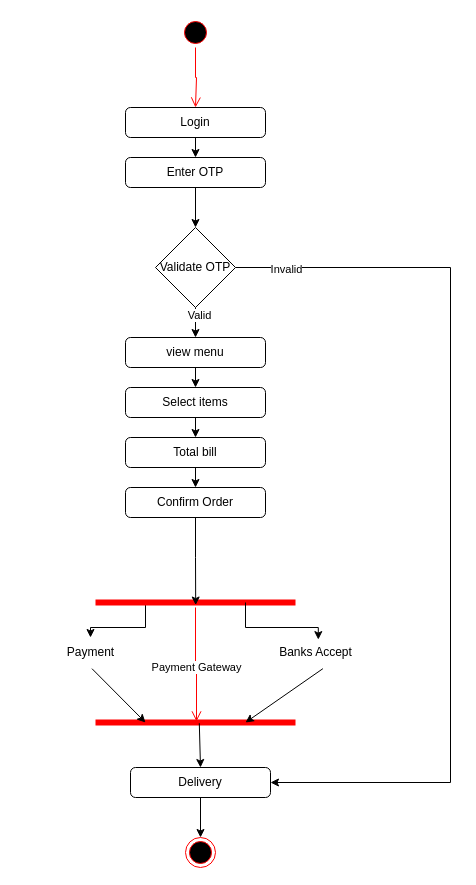
Earlier version of the draw.io diagram Activity Diagram.drawio (G4MB1T24/uml). Source tidied: cells renumbered, new cells numbered last; positions are measured from the earlier drawing's top-left corner, leaving out a move shared by most shapes. Both pictures are drawn from the tidied source at 100%, with x=0, y=0 at pixel (55, 17).
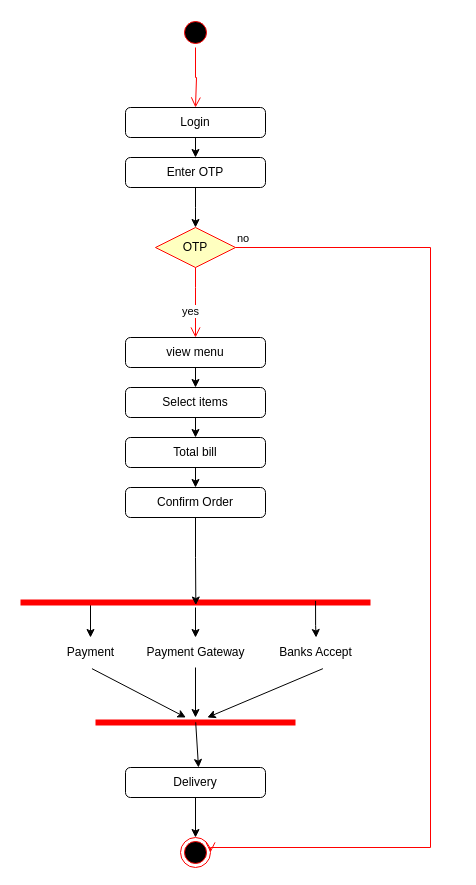
The same page after the edit.

Unchanged cells that the change refers to:
```xml
<mxCell id="8" value="Enter OTP" style="html=1;align=center;verticalAlign=middle;rounded=1;absoluteArcSize=1;arcSize=10;dashed=0;whiteSpace=wrap;" parent="1" vertex="1">
  <mxGeometry x="70" y="140" width="140" height="30" as="geometry" />
</mxCell>
<mxCell id="10" value="view menu" style="html=1;align=center;verticalAlign=middle;rounded=1;absoluteArcSize=1;arcSize=10;dashed=0;whiteSpace=wrap;" parent="1" vertex="1">
  <mxGeometry x="70" y="320" width="140" height="30" as="geometry" />
</mxCell>
<mxCell id="27" value="Payment" style="text;html=1;align=center;verticalAlign=middle;points=[];strokeColor=none;fillColor=none;" parent="1" vertex="1">
  <mxGeometry y="620" width="70" height="30" as="geometry" />
</mxCell>
<mxCell id="28" value="Banks Accept" style="text;html=1;align=center;verticalAlign=middle;points=[];strokeColor=none;fillColor=none;" parent="1" vertex="1">
  <mxGeometry x="210" y="620" width="100" height="30" as="geometry" />
</mxCell>
<mxCell id="30" style="shape=line;html=1;strokeWidth=6;strokeColor=#ff0000;" parent="1" vertex="1">
  <mxGeometry x="40" y="700" width="200" height="10" as="geometry" />
</mxCell>
```

Diff of the diagram source:
```diff
@@
-    <mxCell id="7" style="edgeStyle=orthogonalEdgeStyle;rounded=0;jettySize=auto;html=1;exitX=0.5;exitY=1;exitDx=0;exitDy=0;entryX=0.5;entryY=0;entryDx=0;entryDy=0;" parent="1" edge="1" source="8" target="22">
-      <mxGeometry relative="1" as="geometry" />
+    <mxCell id="7" style="edgeStyle=orthogonalEdgeStyle;rounded=0;jettySize=auto;html=1;exitX=0.5;exitY=1;exitDx=0;exitDy=0;entryX=0.5;entryY=0;entryDx=0;entryDy=0;" parent="1" edge="1" source="8">
+      <mxGeometry relative="1" as="geometry">
+        <mxPoint x="140" y="210" as="targetPoint" />
+      </mxGeometry>
     </mxCell>
@@
     <mxCell id="17" value="Delivery" style="html=1;align=center;verticalAlign=middle;rounded=1;absoluteArcSize=1;arcSize=10;dashed=0;whiteSpace=wrap;" parent="1" vertex="1">
-      <mxGeometry x="75" y="750" width="140" height="30" as="geometry" />
+      <mxGeometry x="70" y="750" width="140" height="30" as="geometry" />
     </mxCell>
-    <mxCell id="18" style="edgeStyle=orthogonalEdgeStyle;rounded=0;jettySize=auto;html=1;exitX=0.5;exitY=1;exitDx=0;exitDy=0;entryX=0.5;entryY=0;entryDx=0;entryDy=0;" parent="1" edge="1" source="22" target="10">
-      <mxGeometry relative="1" as="geometry" />
-    </mxCell>
-    <mxCell id="19" value="Valid" style="edgeLabel;html=1;align=center;verticalAlign=middle;" parent="18" vertex="1">
-      <mxGeometry x="-0.52" y="3" relative="1" as="geometry" />
-    </mxCell>
-    <mxCell id="20" style="edgeStyle=orthogonalEdgeStyle;rounded=0;jettySize=auto;html=1;exitX=1;exitY=0.5;exitDx=0;exitDy=0;entryX=1;entryY=0.5;entryDx=0;entryDy=0;" parent="1" edge="1" source="22" target="17">
-      <mxGeometry relative="1" as="geometry">
-        <Array as="points">
-          <mxPoint x="395" y="250" />
-          <mxPoint x="395" y="765" />
-        </Array>
-      </mxGeometry>
-    </mxCell>
-    <mxCell id="21" value="Invalid" style="edgeLabel;html=1;align=center;verticalAlign=middle;" parent="20" vertex="1">
-      <mxGeometry x="-0.89" y="-1" relative="1" as="geometry" />
-    </mxCell>
-    <mxCell id="22" value="Validate OTP" style="rhombus;whiteSpace=wrap;html=1;" parent="1" vertex="1">
-      <mxGeometry x="100" y="210" width="80" height="80" as="geometry" />
-    </mxCell>
-    <mxCell id="23" style="edgeStyle=orthogonalEdgeStyle;rounded=0;jettySize=auto;html=1;exitX=0.25;exitY=0.5;exitDx=0;exitDy=0;exitPerimeter=0;" parent="1" edge="1" source="24" target="27">
-      <mxGeometry relative="1" as="geometry" />
+    <mxCell id="23" style="edgeStyle=orthogonalEdgeStyle;rounded=0;jettySize=auto;html=1;exitX=0.265;exitY=0.48;exitDx=0;exitDy=0;exitPerimeter=0;" parent="1" edge="1" source="24" target="27">
+      <mxGeometry relative="1" as="geometry">
+        <Array as="points">
+          <mxPoint x="35" y="585" />
+        </Array>
+      </mxGeometry>
     </mxCell>
+    <mxCell id="36" style="edgeStyle=orthogonalEdgeStyle;rounded=0;jettySize=auto;html=1;" parent="1" edge="1" source="24" target="26">
+      <mxGeometry relative="1" as="geometry" />
+    </mxCell>
     <mxCell id="24" style="shape=line;html=1;strokeWidth=6;strokeColor=#ff0000;" parent="1" vertex="1">
-      <mxGeometry x="40" y="580" width="200" height="10" as="geometry" />
+      <mxGeometry x="-35" y="580" width="350" height="10" as="geometry" />
     </mxCell>
-    <mxCell id="25" style="edgeStyle=orthogonalEdgeStyle;html=1;verticalAlign=bottom;endArrow=open;endSize=8;strokeColor=#ff0000;rounded=0;entryX=0.505;entryY=0.391;entryDx=0;entryDy=0;entryPerimeter=0;" parent="1" edge="1" source="24" target="30">
-      <mxGeometry relative="1" as="geometry" />
-    </mxCell>
-    <mxCell id="26" value="Payment Gateway" style="edgeLabel;html=1;align=center;verticalAlign=middle;points=[];" parent="25" vertex="1">
-      <mxGeometry x="-0.33" y="-2" relative="1" as="geometry">
-        <mxPoint x="2" y="21" as="offset" />
-      </mxGeometry>
-    </mxCell>
@@
-    <mxCell id="29" style="edgeStyle=orthogonalEdgeStyle;rounded=0;jettySize=auto;html=1;exitX=0.75;exitY=0.5;exitDx=0;exitDy=0;exitPerimeter=0;entryX=0.528;entryY=0.07;entryDx=0;entryDy=0;entryPerimeter=0;" parent="1" edge="1" source="24" target="28">
+    <mxCell id="29" style="edgeStyle=orthogonalEdgeStyle;rounded=0;jettySize=auto;html=1;exitX=0.843;exitY=0.335;exitDx=0;exitDy=0;exitPerimeter=0;entryX=0.528;entryY=0.07;entryDx=0;entryDy=0;entryPerimeter=0;" parent="1" edge="1" source="24">
       <mxGeometry relative="1" as="geometry">
+        <mxPoint x="260.6" y="620" as="targetPoint" />
         <Array as="points">
-          <mxPoint x="190" y="610" />
-          <mxPoint x="263" y="610" />
+          <mxPoint x="260" y="608" />
+          <mxPoint x="261" y="608" />
         </Array>
       </mxGeometry>
     </mxCell>
@@
-    <mxCell id="31" style="endArrow=classic;html=1;rounded=0;entryX=0.25;entryY=0.5;entryDx=0;entryDy=0;entryPerimeter=0;exitX=0.521;exitY=1.039;exitDx=0;exitDy=0;exitPerimeter=0;" parent="1" edge="1" source="27" target="30">
+    <mxCell id="31" style="endArrow=classic;html=1;rounded=0;exitX=0.521;exitY=1.039;exitDx=0;exitDy=0;exitPerimeter=0;" parent="1" edge="1" source="27" target="30">
       <mxGeometry relative="1" as="geometry" />
     </mxCell>
-    <mxCell id="32" style="endArrow=classic;html=1;rounded=0;entryX=0.75;entryY=0.5;entryDx=0;entryDy=0;entryPerimeter=0;exitX=0.574;exitY=1.039;exitDx=0;exitDy=0;exitPerimeter=0;" parent="1" edge="1" source="28" target="30">
+    <mxCell id="32" style="endArrow=classic;html=1;rounded=0;exitX=0.574;exitY=1.039;exitDx=0;exitDy=0;exitPerimeter=0;" parent="1" edge="1" source="28" target="30">
       <mxGeometry relative="1" as="geometry" />
     </mxCell>
-    <mxCell id="33" style="endArrow=classic;html=1;rounded=0;entryX=0.5;entryY=0;entryDx=0;entryDy=0;exitX=0.519;exitY=0.573;exitDx=0;exitDy=0;exitPerimeter=0;" parent="1" edge="1" source="30" target="17">
-      <mxGeometry relative="1" as="geometry" />
+    <mxCell id="33" style="endArrow=classic;html=1;rounded=0;exitX=0.501;exitY=0.48;exitDx=0;exitDy=0;exitPerimeter=0;" parent="1" edge="1" source="30">
+      <mxGeometry relative="1" as="geometry">
+        <mxPoint x="143" y="750" as="targetPoint" />
+      </mxGeometry>
     </mxCell>
@@
     <mxCell id="35" style="ellipse;html=1;shape=endState;fillColor=#000000;strokeColor=#ff0000;" parent="1" vertex="1">
-      <mxGeometry x="130" y="820" width="30" height="30" as="geometry" />
+      <mxGeometry x="125" y="820" width="30" height="30" as="geometry" />
     </mxCell>
+    <mxCell id="37" value="OTP" style="rhombus;whiteSpace=wrap;html=1;fontColor=#000000;fillColor=#ffffc0;strokeColor=#ff0000;" parent="1" vertex="1">
+      <mxGeometry x="100" y="210" width="80" height="40" as="geometry" />
+    </mxCell>
+    <mxCell id="38" value="no" style="edgeStyle=orthogonalEdgeStyle;html=1;align=left;verticalAlign=bottom;endArrow=open;endSize=8;strokeColor=#ff0000;rounded=0;exitX=1;exitY=0.5;exitDx=0;exitDy=0;entryX=1;entryY=0.5;entryDx=0;entryDy=0;" parent="1" edge="1" source="37" target="35">
+      <mxGeometry x="-1" relative="1" as="geometry">
+        <Array as="points">
+          <mxPoint x="375" y="230" />
+          <mxPoint x="375" y="830" />
+          <mxPoint x="155" y="830" />
+        </Array>
+      </mxGeometry>
+    </mxCell>
+    <mxCell id="39" value="yes" style="edgeStyle=orthogonalEdgeStyle;html=1;align=left;verticalAlign=top;endArrow=open;endSize=8;strokeColor=#ff0000;rounded=0;entryX=0.5;entryY=0;entryDx=0;entryDy=0;exitX=0.5;exitY=1;exitDx=0;exitDy=0;" parent="1" edge="1" source="37" target="10">
+      <mxGeometry x="-0.14" y="-15" relative="1" as="geometry">
+        <Array as="points">
+          <mxPoint x="140" y="270" />
+          <mxPoint x="140" y="270" />
+        </Array>
+        <mxPoint y="1" as="offset" />
+      </mxGeometry>
+    </mxCell>
+    <mxCell id="40" style="edgeStyle=orthogonalEdgeStyle;rounded=0;jettySize=auto;html=1;" parent="1" edge="1" source="26" target="30">
+      <mxGeometry relative="1" as="geometry" />
+    </mxCell>
+    <mxCell id="26" value="Payment Gateway" style="text;html=1;align=center;verticalAlign=middle;points=[];strokeColor=none;fillColor=none;" parent="1" vertex="1">
+      <mxGeometry x="80" y="620" width="120" height="30" as="geometry" />
+    </mxCell>
```
